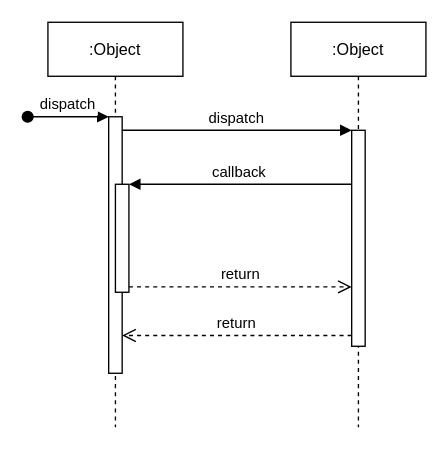
Earlier version of the draw.io diagram Untitled Diagram.drawio (Methanon46/drawings). Source tidied: cells renumbered, new cells numbered last; positions are measured from the earlier drawing's top-left corner, leaving out a move shared by most shapes. Both pictures are drawn from the tidied source at 135%, with x=0, y=0 at pixel (27, 22).
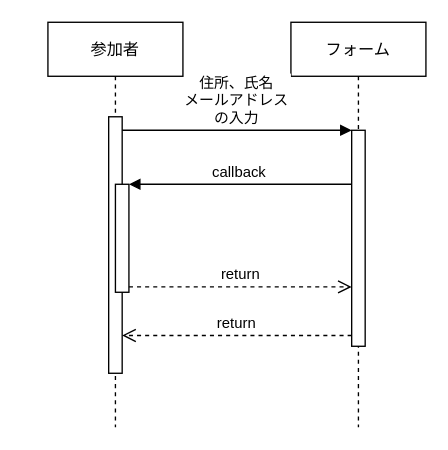
The same page after the edit.

Diff of the diagram source:
```diff
@@
 <mxGraphModel>
   <root>
     <mxCell id="0" />
     <mxCell id="1" parent="0" />
-    <mxCell id="2" value=":Object" style="shape=umlLifeline;perimeter=lifelinePerimeter;rounded=0;shadow=0;strokeWidth=1;" parent="1" vertex="1">
+    <mxCell id="2" value="参加者" style="shape=umlLifeline;perimeter=lifelinePerimeter;rounded=0;shadow=0;strokeWidth=1;" parent="1" vertex="1">
       <mxGeometry x="15" width="100" height="300" as="geometry" />
     </mxCell>
     <mxCell id="3" style="points=[];perimeter=orthogonalPerimeter;rounded=0;shadow=0;strokeWidth=1;" parent="2" vertex="1">
       <mxGeometry x="45" y="70" width="10" height="190" as="geometry" />
     </mxCell>
-    <mxCell id="4" value="dispatch" style="verticalAlign=bottom;startArrow=oval;endArrow=block;startSize=8;shadow=0;strokeWidth=1;" parent="2" edge="1" target="3">
-      <mxGeometry relative="1" as="geometry">
-        <mxPoint x="-15" y="70" as="sourcePoint" />
-      </mxGeometry>
-    </mxCell>
     <mxCell id="5" style="points=[];perimeter=orthogonalPerimeter;rounded=0;shadow=0;strokeWidth=1;" parent="2" vertex="1">
       <mxGeometry x="50" y="120" width="10" height="80" as="geometry" />
     </mxCell>
-    <mxCell id="6" value=":Object" style="shape=umlLifeline;perimeter=lifelinePerimeter;rounded=0;shadow=0;strokeWidth=1;" parent="1" vertex="1">
+    <mxCell id="6" value="フォーム" style="shape=umlLifeline;perimeter=lifelinePerimeter;rounded=0;shadow=0;strokeWidth=1;" parent="1" vertex="1">
       <mxGeometry x="195" width="100" height="300" as="geometry" />
     </mxCell>
     <mxCell id="7" style="points=[];perimeter=orthogonalPerimeter;rounded=0;shadow=0;strokeWidth=1;" parent="6" vertex="1">
       <mxGeometry x="45" y="80" width="10" height="160" as="geometry" />
     </mxCell>
     <mxCell id="8" value="return" style="verticalAlign=bottom;endArrow=open;dashed=1;endSize=8;exitX=0;exitY=0.95;shadow=0;strokeWidth=1;" parent="1" edge="1" source="7" target="3">
       <mxGeometry relative="1" as="geometry" />
     </mxCell>
-    <mxCell id="9" value="dispatch" style="verticalAlign=bottom;endArrow=block;entryX=0;entryY=0;shadow=0;strokeWidth=1;" parent="1" edge="1" source="3" target="7">
+    <mxCell id="9" value="住所、氏名&#10;メールアドレス&#10;の入力" style="verticalAlign=bottom;endArrow=block;entryX=0;entryY=0;shadow=0;strokeWidth=1;" parent="1" edge="1" source="3" target="7">
       <mxGeometry relative="1" as="geometry" />
     </mxCell>
     <mxCell id="10" value="callback" style="verticalAlign=bottom;endArrow=block;entryX=1;entryY=0;shadow=0;strokeWidth=1;" parent="1" edge="1" source="7" target="5">
       <mxGeometry relative="1" as="geometry" />
     </mxCell>
     <mxCell id="11" value="return" style="verticalAlign=bottom;endArrow=open;dashed=1;endSize=8;exitX=1;exitY=0.95;shadow=0;strokeWidth=1;" parent="1" edge="1" source="5" target="7">
       <mxGeometry relative="1" as="geometry" />
     </mxCell>
   </root>
 </mxGraphModel>
```
